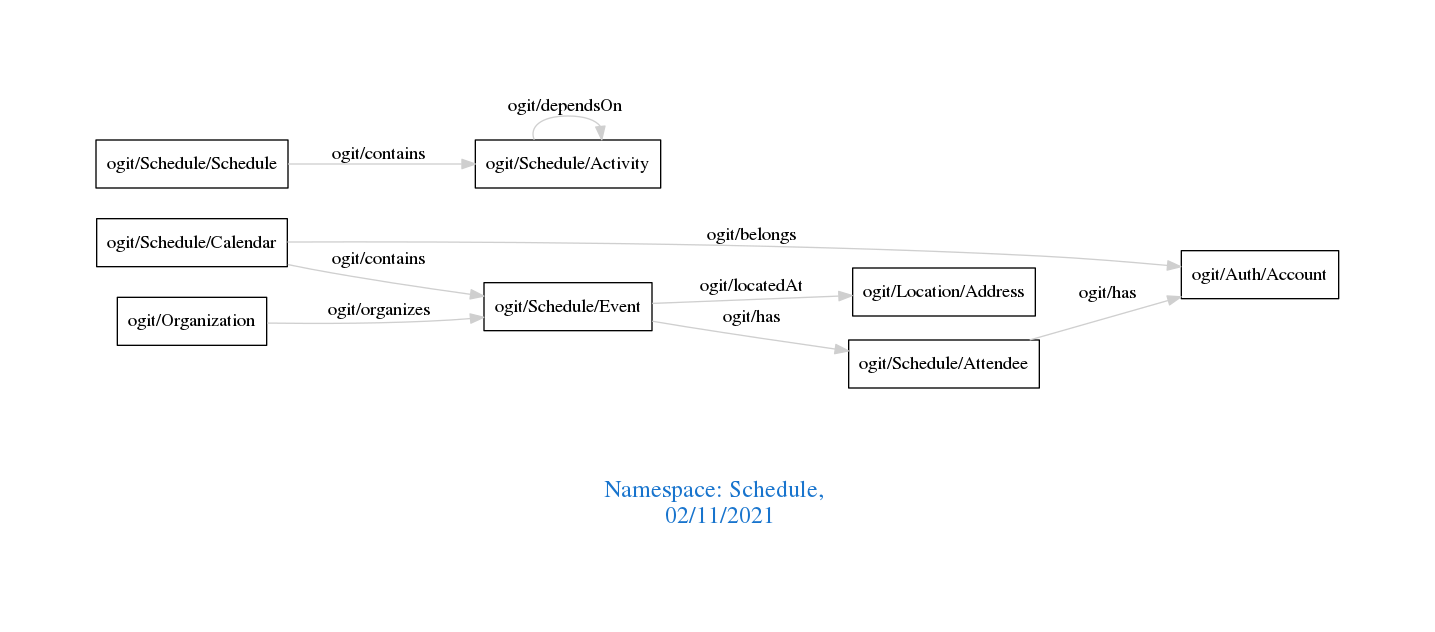
arago/OGIT keeps this Graphviz diagram as downloads/Schedule.png. Above is the earlier version. Its source is kept beside it as downloads/Schedule.dot.
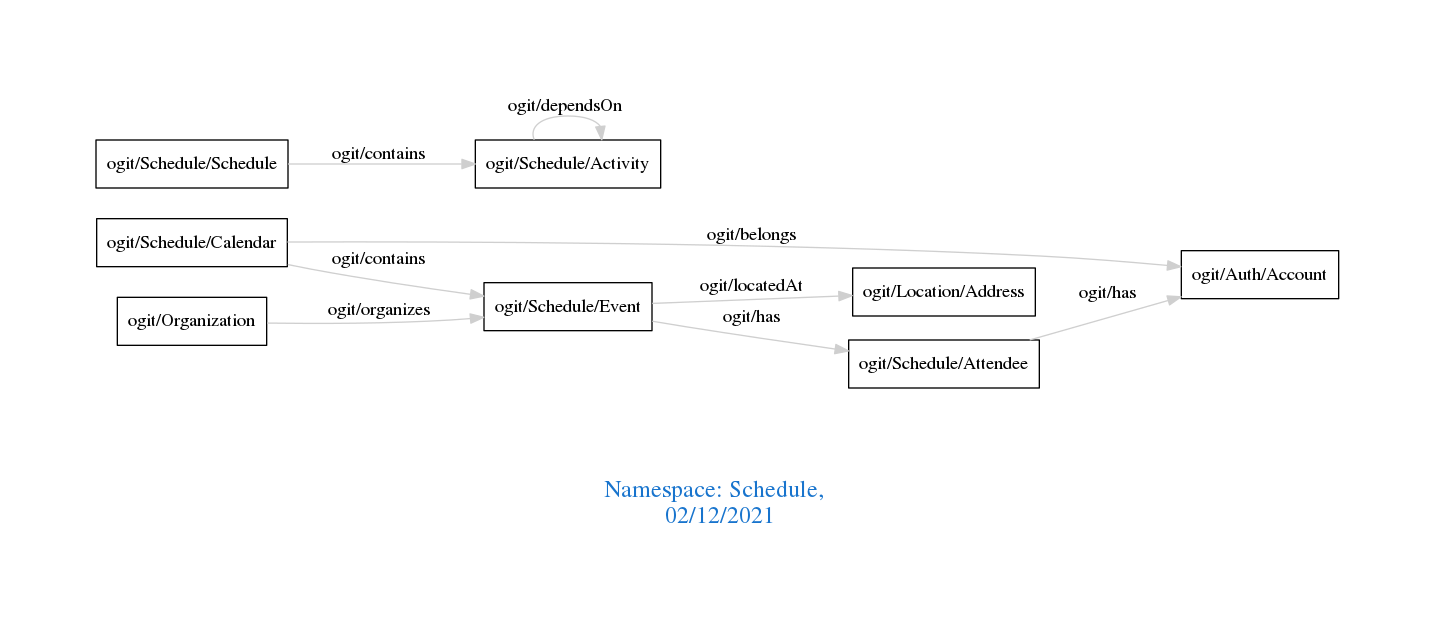
After the commit.

The edit, as a diff of the source:
```diff
@@ -1,7 +1,7 @@
 digraph OGIT_ontology {
  graph [ rankdir= LR,pad=1
 fontsize = 18,
-fontcolor= dodgerblue3,label = "\n\n\nNamespace: Schedule, \n 02/11/2021"];
+fontcolor= dodgerblue3,label = "\n\n\nNamespace: Schedule, \n 02/12/2021"];
 node[shape=polygon];
 edge [  color="gray81"];
 
```
